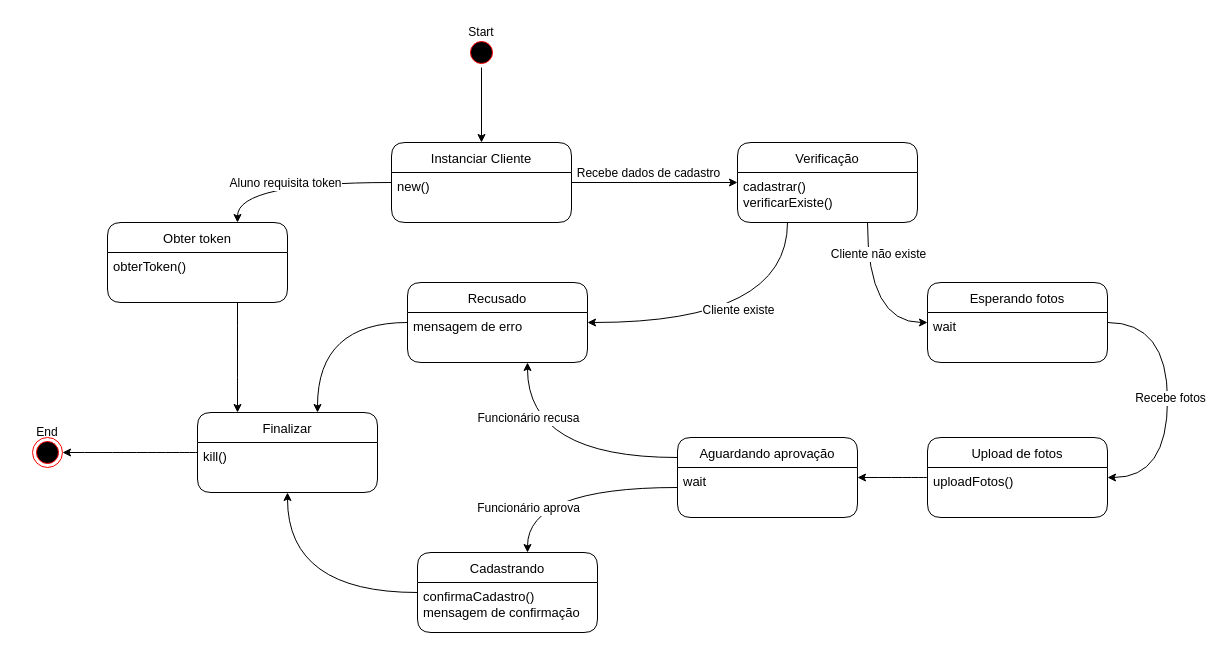
EijiDogen/BrainForHire keeps this draw.io diagram as diagramaEstados/EstadosCliente.drawio. Above is the earlier version. Source tidied: cells renumbered, new cells numbered last; positions are measured from the earlier drawing's top-left corner, leaving out a move shared by most shapes. Both pictures are drawn from the tidied source at 100%, with x=0, y=0 at pixel (17, 17).
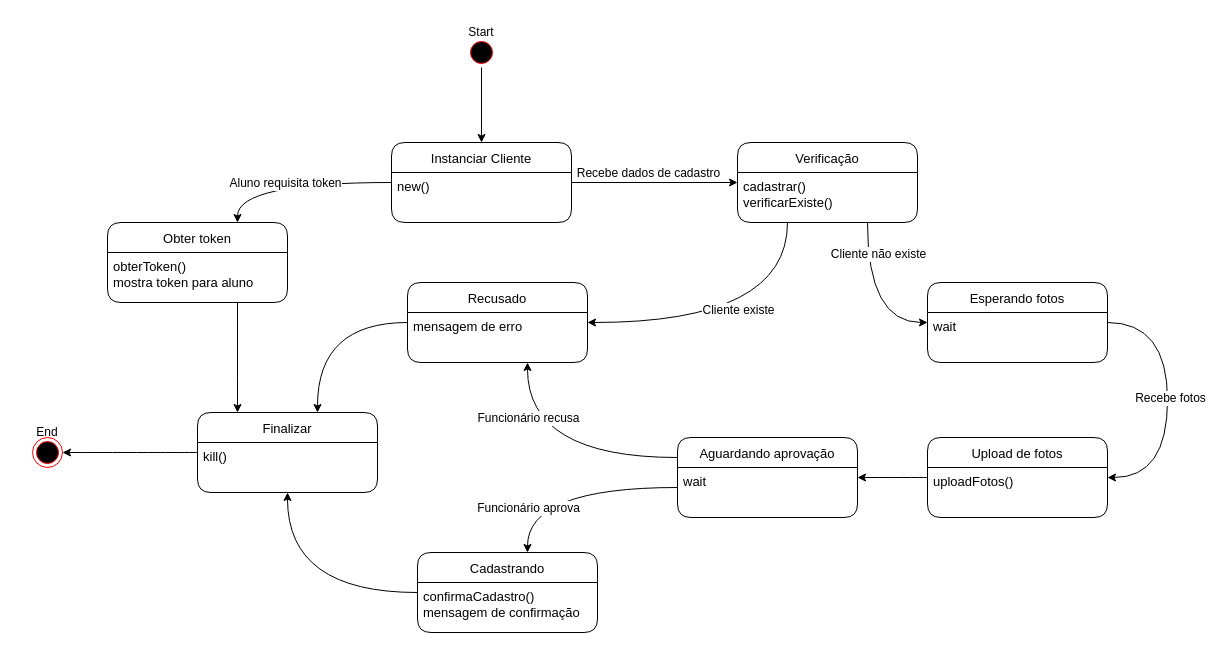
The same page after the edit.

Unchanged cells that the change refers to:
```xml
<mxCell id="44" value="Obter token" style="swimlane;fontStyle=0;horizontal=1;startSize=30;rounded=1;fontSize=13;" parent="1" vertex="1">
  <mxGeometry x="90" y="205" width="180" height="80" as="geometry" />
</mxCell>
```

Diff of the diagram source:
```diff
@@
-    <mxCell id="45" value="obterToken()" style="text;strokeColor=none;fillColor=none;align=left;verticalAlign=top;spacingLeft=4;spacingRight=4;overflow=hidden;fontSize=13;" parent="44" vertex="1">
+    <mxCell id="45" value="obterToken()&#10;mostra token para aluno" style="text;strokeColor=none;fillColor=none;align=left;verticalAlign=top;spacingLeft=4;spacingRight=4;overflow=hidden;fontSize=13;" parent="44" vertex="1">
       <mxGeometry y="30" width="180" height="50" as="geometry" />
     </mxCell>
```
